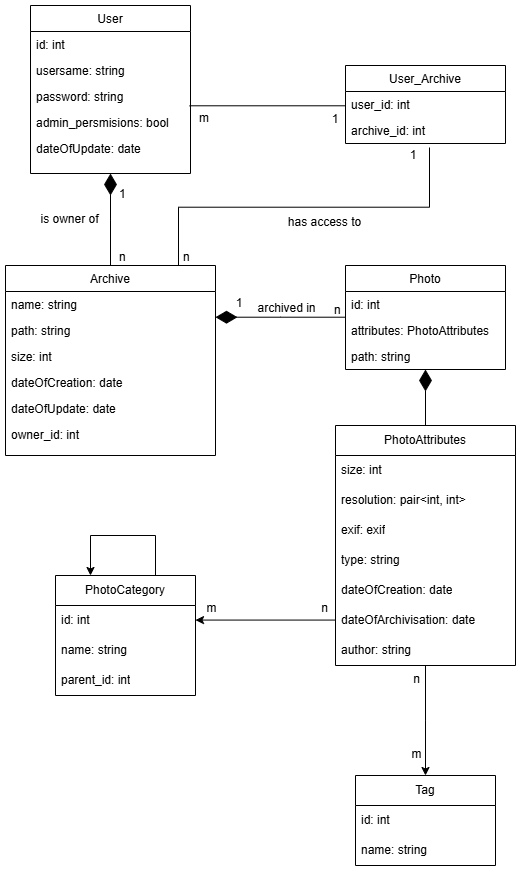
The draw.io diagram Documentation/ERDiagramPhotoLibrary.drawio.png in Necer13/2025_TAB_S6_RAKWIC, before a commit. Source tidied: cells renumbered, new cells last; positions are measured from the earlier drawing's top-left corner, leaving out a move shared by most shapes.
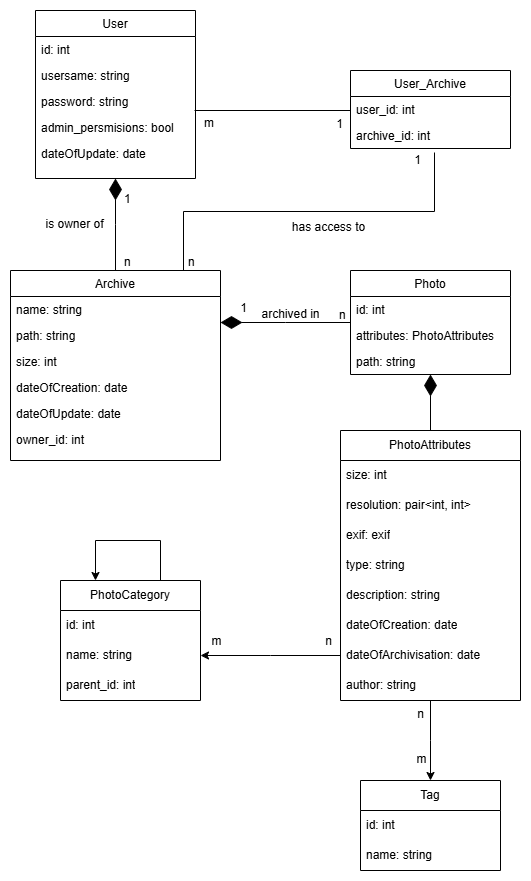
Later version of the same file.

Commit message:
Added photo description in PhotoAtributes in ERD

What changed in the source:
```diff
@@ -57,7 +57,7 @@
       <mxGeometry relative="1" as="geometry" />
     </mxCell>
     <mxCell id="18" value="&lt;div&gt;&lt;span style=&quot;background-color: transparent; color: light-dark(rgb(0, 0, 0), rgb(255, 255, 255));&quot;&gt;PhotoAttributes&lt;/span&gt;&lt;/div&gt;" style="swimlane;fontStyle=0;horizontal=1;startSize=30;whiteSpace=wrap;html=1;" parent="1" vertex="1">
-      <mxGeometry x="330" y="420" width="180" height="240" as="geometry" />
+      <mxGeometry x="330" y="420" width="180" height="270" as="geometry" />
     </mxCell>
     <mxCell id="19" value="size: int" style="text;strokeColor=none;fillColor=none;align=left;verticalAlign=middle;spacingLeft=4;spacingRight=4;overflow=hidden;whiteSpace=wrap;html=1;" parent="18" vertex="1">
       <mxGeometry y="30" width="180" height="30" as="geometry" />
@@ -71,14 +71,17 @@
     <mxCell id="22" value="type: string" style="text;strokeColor=none;fillColor=none;align=left;verticalAlign=middle;spacingLeft=4;spacingRight=4;overflow=hidden;whiteSpace=wrap;html=1;" parent="18" vertex="1">
       <mxGeometry y="120" width="180" height="30" as="geometry" />
     </mxCell>
+    <mxCell id="62" value="description: string" style="text;strokeColor=none;fillColor=none;align=left;verticalAlign=middle;spacingLeft=4;spacingRight=4;overflow=hidden;whiteSpace=wrap;html=1;" parent="18" vertex="1">
+      <mxGeometry y="150" width="180" height="30" as="geometry" />
+    </mxCell>
     <mxCell id="23" value="dateOfCreation: date" style="text;strokeColor=none;fillColor=none;align=left;verticalAlign=middle;spacingLeft=4;spacingRight=4;overflow=hidden;whiteSpace=wrap;html=1;" parent="18" vertex="1">
-      <mxGeometry y="150" width="180" height="30" as="geometry" />
+      <mxGeometry y="180" width="180" height="30" as="geometry" />
     </mxCell>
     <mxCell id="24" value="dateOfArchivisation: date" style="text;strokeColor=none;fillColor=none;align=left;verticalAlign=middle;spacingLeft=4;spacingRight=4;overflow=hidden;points=[[0,0.5],[1,0.5]];portConstraint=eastwest;whiteSpace=wrap;html=1;" parent="18" vertex="1">
-      <mxGeometry y="180" width="180" height="30" as="geometry" />
+      <mxGeometry y="210" width="180" height="30" as="geometry" />
     </mxCell>
     <mxCell id="25" value="author: string" style="text;strokeColor=none;fillColor=none;align=left;verticalAlign=middle;spacingLeft=4;spacingRight=4;overflow=hidden;points=[[0,0.5],[1,0.5]];portConstraint=eastwest;whiteSpace=wrap;html=1;" parent="18" vertex="1">
-      <mxGeometry y="210" width="180" height="30" as="geometry" />
+      <mxGeometry y="240" width="180" height="30" as="geometry" />
     </mxCell>
     <mxCell id="26" style="edgeStyle=elbowEdgeStyle;shape=connector;curved=0;rounded=0;jettySize=auto;elbow=vertical;html=1;entryX=0;entryY=0.5;entryDx=0;entryDy=0;shadow=0;strokeColor=default;strokeWidth=1;align=center;verticalAlign=middle;fontFamily=Helvetica;fontSize=11;fontColor=default;labelBackgroundColor=default;endArrow=none;endFill=1;endSize=19;startFill=1;startArrow=classic;" parent="1" edge="1" source="27" target="24">
       <mxGeometry relative="1" as="geometry" />
@@ -98,7 +101,7 @@
     <mxCell id="31" value="1" style="align=right;verticalAlign=bottom;labelBackgroundColor=none;fontSize=12;" parent="1" vertex="1">
       <mxGeometry x="238" y="306" as="geometry" />
     </mxCell>
-    <mxCell id="32" style="edgeStyle=orthogonalEdgeStyle;rounded=0;jettySize=auto;html=1;entryX=0.993;entryY=0.175;entryDx=0;entryDy=0;entryPerimeter=0;endArrow=classic;startFill=0;startArrow=none;strokeWidth=1;targetPerimeterSpacing=0;sourcePerimeterSpacing=0;startSize=19;endFill=1;" parent="1" edge="1" source="x">
+    <mxCell id="32" style="edgeStyle=orthogonalEdgeStyle;rounded=0;orthogonalLoop=1;jettySize=auto;html=1;entryX=0.993;entryY=0.175;entryDx=0;entryDy=0;entryPerimeter=0;endArrow=classic;startFill=0;startArrow=none;strokeWidth=1;targetPerimeterSpacing=0;sourcePerimeterSpacing=0;startSize=19;endFill=1;" parent="1" edge="1">
       <mxGeometry relative="1" as="geometry">
         <mxPoint x="190" y="585" as="targetPoint" />
       </mxGeometry>
@@ -202,10 +205,10 @@
       <mxGeometry relative="1" as="geometry" />
     </mxCell>
     <mxCell id="58" value="n" style="edgeLabel;html=1;align=center;verticalAlign=middle;fontSize=12;" parent="1" vertex="1">
-      <mxGeometry x="318" y="602" as="geometry" />
+      <mxGeometry x="318" y="630" as="geometry" />
     </mxCell>
     <mxCell id="59" value="n" style="edgeLabel;html=1;align=center;verticalAlign=middle;fontSize=12;" parent="1" vertex="1">
-      <mxGeometry x="373" y="580" as="geometry">
+      <mxGeometry x="373" y="610" as="geometry">
         <mxPoint x="37" y="93" as="offset" />
       </mxGeometry>
     </mxCell>
@@ -213,7 +216,7 @@
       <mxGeometry x="410" y="748" as="geometry" />
     </mxCell>
     <mxCell id="61" value="m" style="edgeLabel;html=1;align=center;verticalAlign=middle;fontSize=12;" parent="1" vertex="1">
-      <mxGeometry x="310" y="693" as="geometry">
+      <mxGeometry x="310" y="721" as="geometry">
         <mxPoint x="-105" y="-91" as="offset" />
       </mxGeometry>
     </mxCell>
```
